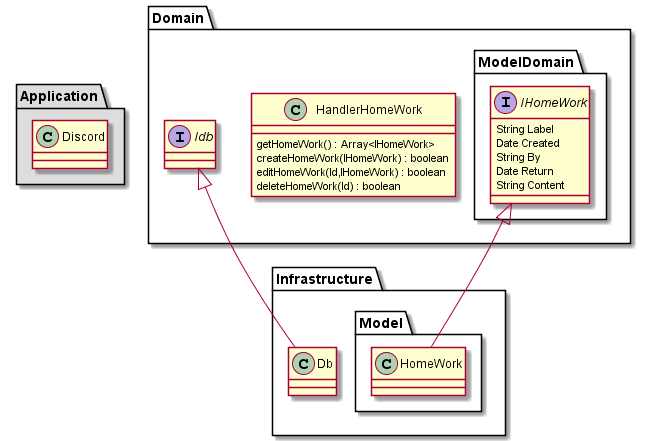
Above: out/protoDDD/protoDDD.png in batleforc/BotKodan (PlantUML), before the change. Source of this version:
```plantuml
@startuml

package "Application" #DDDDDD {
  class Discord
}

package "Domain" {
  package ModelDomain{
    interface IHomeWork{
      String Label
      Date Created
      String By
      Date Return
      String Content
    }
  }
  class HandlerHomeWork{
    getHomeWork() : Array<IHomeWork>
    createHomeWork(IHomeWork) : boolean
    editHomeWork(Id,IHomeWork) : boolean
    deleteHomeWork(Id) : boolean
  }
  interface Idb
}

package "Infrastructure"{
  class Db
  package "Model"{
    class HomeWork
  }
}

IHomeWork <|-- HomeWork
Idb <|-- Db

@enduml
```
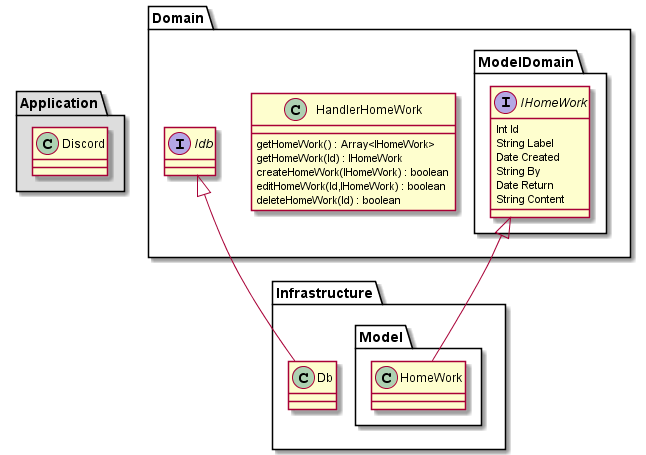
The same file after the commit.

What changed in the source:
```diff
@@ -7,6 +7,7 @@
 package "Domain" {
   package ModelDomain{
     interface IHomeWork{
+      Int Id
       String Label
       Date Created
       String By
@@ -16,6 +17,7 @@
   }
   class HandlerHomeWork{
     getHomeWork() : Array<IHomeWork>
+    getHomeWork(Id) : IHomeWork
     createHomeWork(IHomeWork) : boolean
     editHomeWork(Id,IHomeWork) : boolean
     deleteHomeWork(Id) : boolean
```
